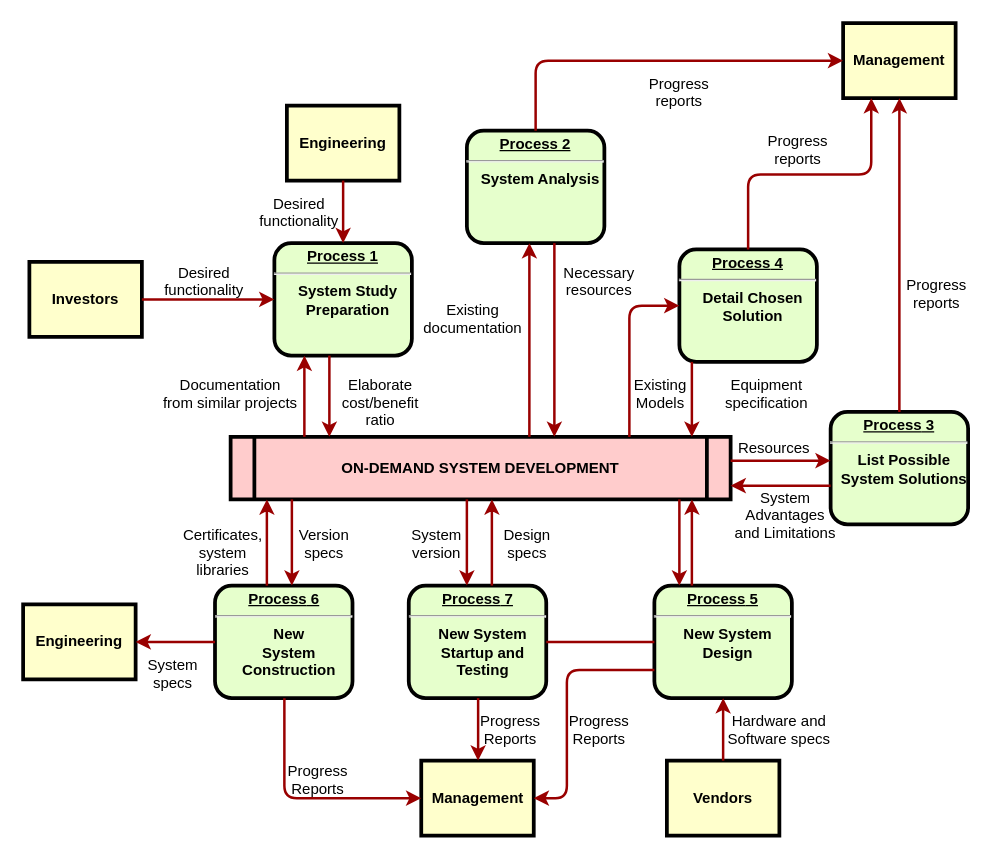
This is render-flow.drawio from z360394624/design, a draw.io file, before an edit. Source tidied: cells renumbered, new cells numbered last; positions are measured from the earlier drawing's top-left corner, leaving out a move shared by most shapes. Both pictures are drawn from the tidied source at 125%, with x=0, y=0 at pixel (22, 22).
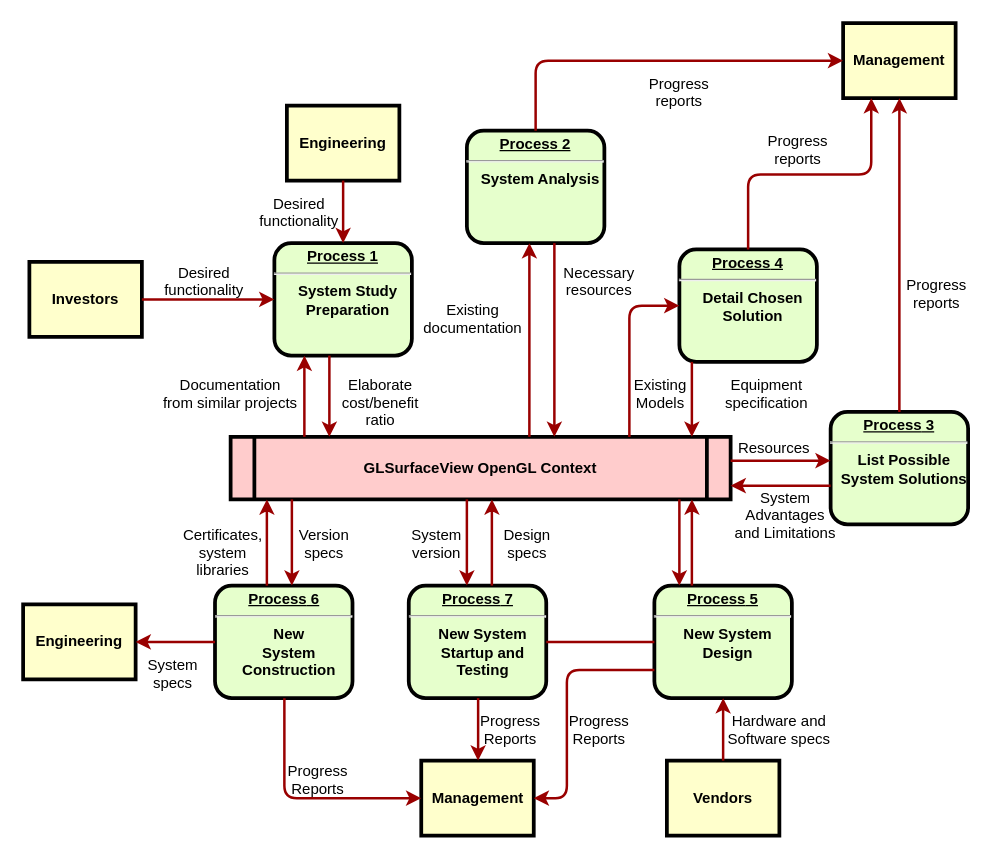
The same page after the edit.

Change to the diagram source:
```diff
@@
-    <mxCell id="5" value="ON-DEMAND SYSTEM DEVELOPMENT" style="shape=process;whiteSpace=wrap;align=center;verticalAlign=middle;size=0.0475;fontStyle=1;strokeWidth=3;fillColor=#FFCCCC;" parent="1" vertex="1">
+    <mxCell id="5" value="GLSurfaceView OpenGL Context" style="shape=process;whiteSpace=wrap;align=center;verticalAlign=middle;size=0.0475;fontStyle=1;strokeWidth=3;fillColor=#FFCCCC;" parent="1" vertex="1">
       <mxGeometry x="166" y="331" width="400" height="50" as="geometry" />
     </mxCell>
```
